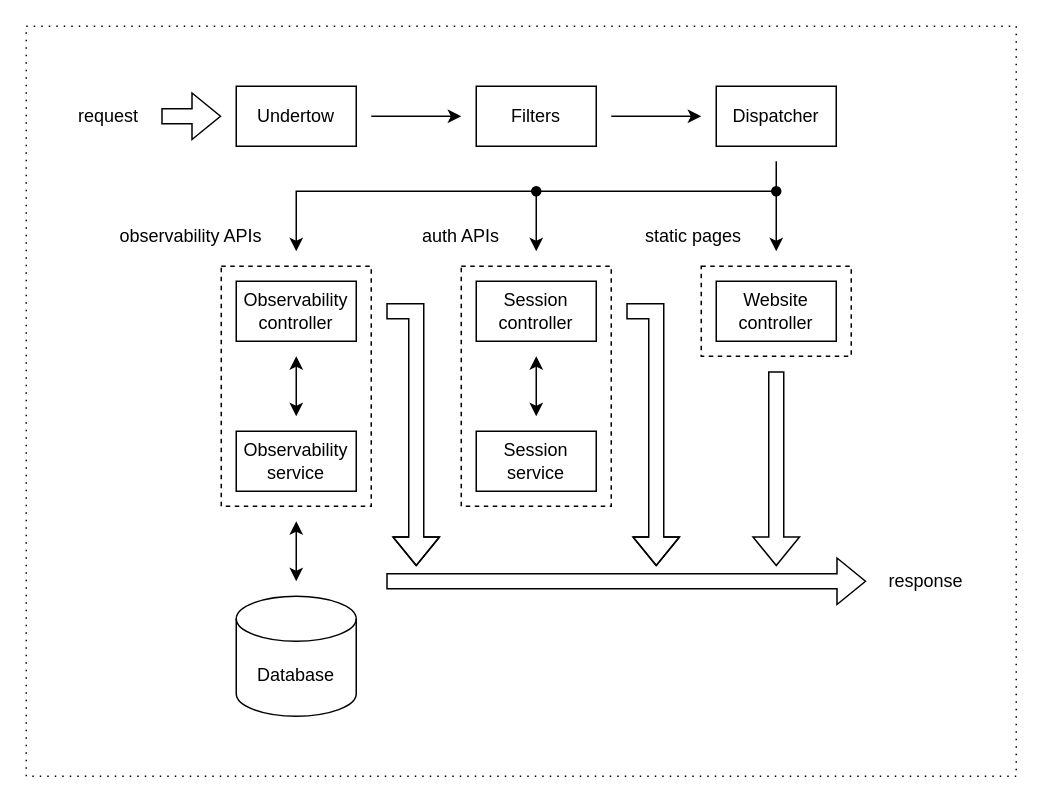
This is resources/graphics/gattos-lab-BE-arch.drawio from Clamentos/GattosLab, a draw.io file, before an edit. Source tidied: cells renumbered, new cells numbered last; positions are measured from the earlier drawing's top-left corner, leaving out a move shared by most shapes. Both pictures are drawn from the tidied source at 150%, with x=0, y=0 at pixel (26, 26).
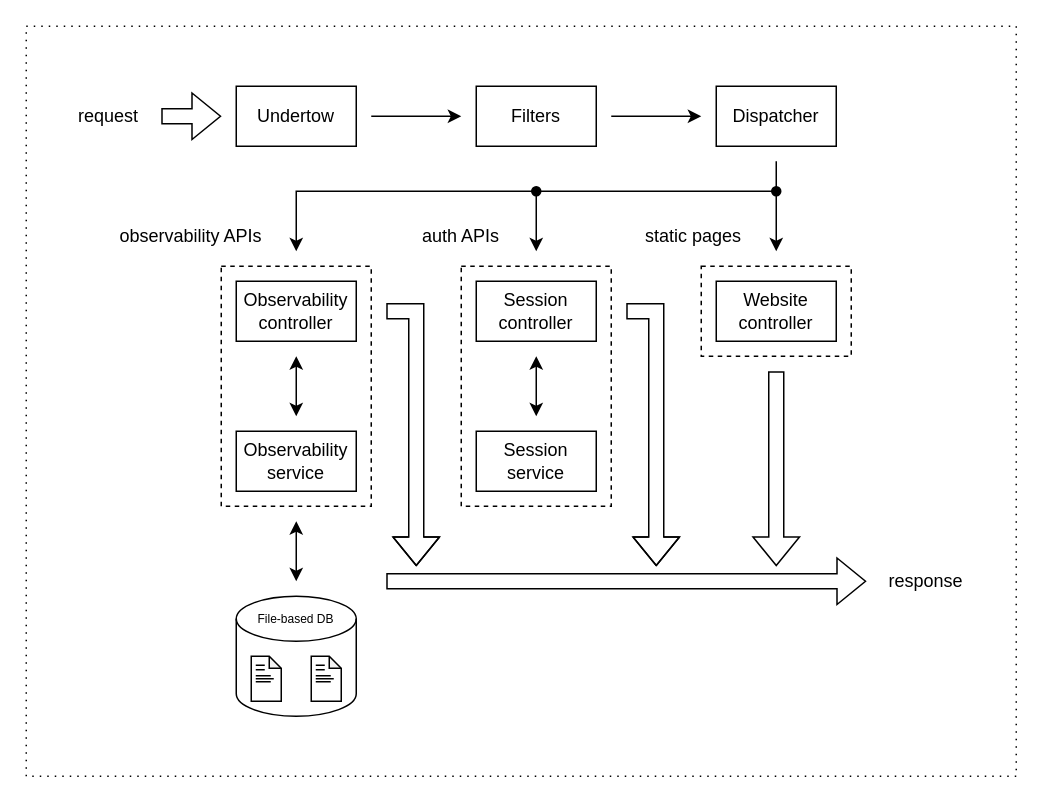
Above is the later version.

The edit, as a diff of the source:
```diff
@@
-    <mxCell id="21" value="Database" style="shape=cylinder3;whiteSpace=wrap;html=1;boundedLbl=1;backgroundOutline=1;size=15;fillColor=none;" parent="1" vertex="1">
-      <mxGeometry x="140" y="380" width="80" height="80" as="geometry" />
-    </mxCell>
@@
+    <mxCell id="33" value="&lt;div&gt;&lt;br&gt;&lt;/div&gt;" style="shape=cylinder3;whiteSpace=wrap;html=1;boundedLbl=1;backgroundOutline=1;size=15;fillColor=none;" parent="1" vertex="1">
+      <mxGeometry x="140" y="380" width="80" height="80" as="geometry" />
+    </mxCell>
+    <mxCell id="34" style="shape=note;whiteSpace=wrap;html=1;backgroundOutline=1;darkOpacity=0.05;gradientColor=none;fillColor=none;size=8;" parent="1" vertex="1">
+      <mxGeometry x="150" y="420" width="20" height="30" as="geometry" />
+    </mxCell>
+    <mxCell id="35" style="endArrow=none;html=1;rounded=0;" parent="1" edge="1">
+      <mxGeometry relative="1" as="geometry">
+        <mxPoint x="153" y="426" as="sourcePoint" />
+        <mxPoint x="159" y="426" as="targetPoint" />
+      </mxGeometry>
+    </mxCell>
+    <mxCell id="36" style="endArrow=none;html=1;rounded=0;" parent="1" edge="1">
+      <mxGeometry relative="1" as="geometry">
+        <mxPoint x="153" y="429" as="sourcePoint" />
+        <mxPoint x="159" y="429" as="targetPoint" />
+      </mxGeometry>
+    </mxCell>
+    <mxCell id="37" style="endArrow=none;html=1;rounded=0;" parent="1" edge="1">
+      <mxGeometry relative="1" as="geometry">
+        <mxPoint x="153" y="433" as="sourcePoint" />
+        <mxPoint x="163" y="433" as="targetPoint" />
+      </mxGeometry>
+    </mxCell>
+    <mxCell id="38" style="endArrow=none;html=1;rounded=0;" parent="1" edge="1">
+      <mxGeometry relative="1" as="geometry">
+        <mxPoint x="153" y="435" as="sourcePoint" />
+        <mxPoint x="165" y="435" as="targetPoint" />
+      </mxGeometry>
+    </mxCell>
+    <mxCell id="39" style="endArrow=none;html=1;rounded=0;" parent="1" edge="1">
+      <mxGeometry relative="1" as="geometry">
+        <mxPoint x="153" y="437" as="sourcePoint" />
+        <mxPoint x="163" y="437" as="targetPoint" />
+      </mxGeometry>
+    </mxCell>
+    <mxCell id="40" style="shape=note;whiteSpace=wrap;html=1;backgroundOutline=1;darkOpacity=0.05;gradientColor=none;fillColor=none;size=8;" parent="1" vertex="1">
+      <mxGeometry x="190" y="420" width="20" height="30" as="geometry" />
+    </mxCell>
+    <mxCell id="41" style="endArrow=none;html=1;rounded=0;" parent="1" edge="1">
+      <mxGeometry relative="1" as="geometry">
+        <mxPoint x="193" y="426" as="sourcePoint" />
+        <mxPoint x="199" y="426" as="targetPoint" />
+      </mxGeometry>
+    </mxCell>
+    <mxCell id="42" style="endArrow=none;html=1;rounded=0;" parent="1" edge="1">
+      <mxGeometry relative="1" as="geometry">
+        <mxPoint x="193" y="429" as="sourcePoint" />
+        <mxPoint x="199" y="429" as="targetPoint" />
+      </mxGeometry>
+    </mxCell>
+    <mxCell id="43" style="endArrow=none;html=1;rounded=0;" parent="1" edge="1">
+      <mxGeometry relative="1" as="geometry">
+        <mxPoint x="193" y="433" as="sourcePoint" />
+        <mxPoint x="203" y="433" as="targetPoint" />
+      </mxGeometry>
+    </mxCell>
+    <mxCell id="44" style="endArrow=none;html=1;rounded=0;" parent="1" edge="1">
+      <mxGeometry relative="1" as="geometry">
+        <mxPoint x="193" y="435" as="sourcePoint" />
+        <mxPoint x="205" y="435" as="targetPoint" />
+      </mxGeometry>
+    </mxCell>
+    <mxCell id="45" style="endArrow=none;html=1;rounded=0;" parent="1" edge="1">
+      <mxGeometry relative="1" as="geometry">
+        <mxPoint x="193" y="437" as="sourcePoint" />
+        <mxPoint x="203" y="437" as="targetPoint" />
+      </mxGeometry>
+    </mxCell>
+    <mxCell id="46" value="File-based DB" style="text;html=1;whiteSpace=wrap;strokeColor=none;fillColor=none;align=center;verticalAlign=middle;rounded=0;fontSize=8;" parent="1" vertex="1">
+      <mxGeometry x="150" y="390" width="60" height="10" as="geometry" />
+    </mxCell>
```
